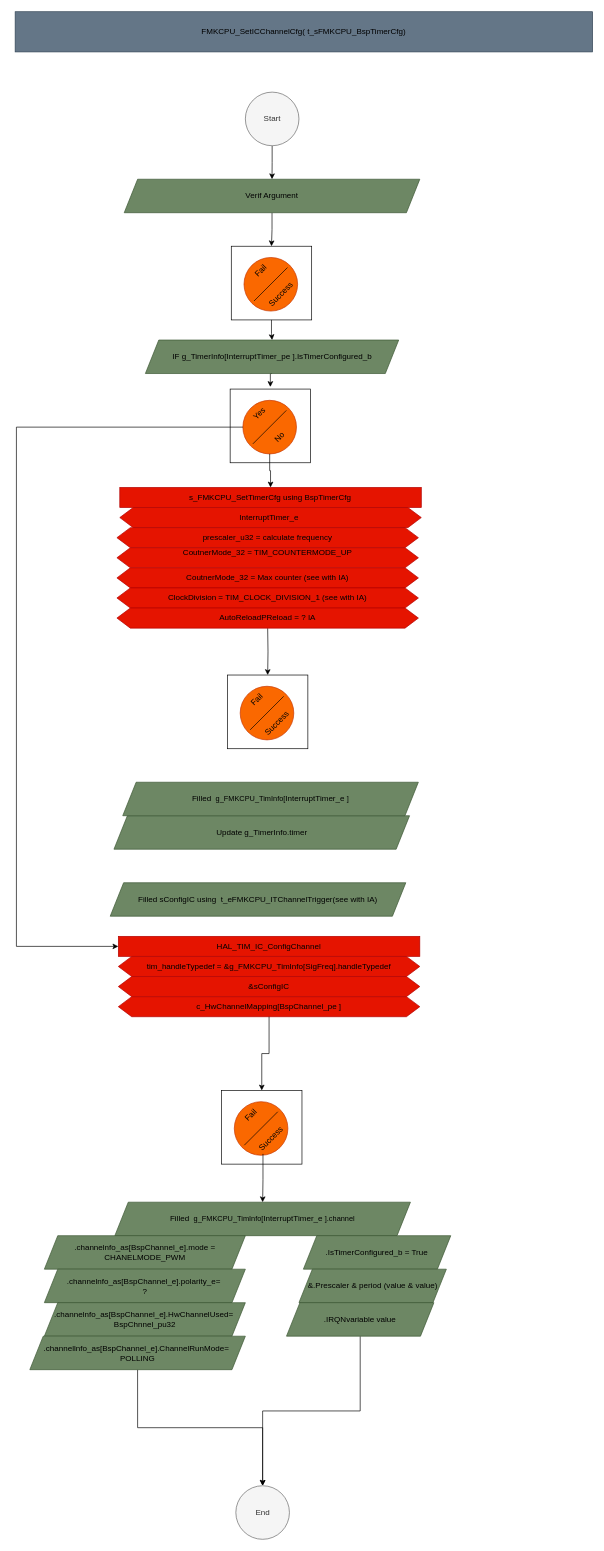
The draw.io diagram page "Func_SetICChannelCfg" (7 of 13) of src/1_FMK/FMK_HAL/FMK_CPU/Doc/FMK_CPU.drawio in mbarbeau0545/Stm32PrjTpl, before the edit. Source tidied: cells renumbered, new cells numbered last; positions are measured from the earlier drawing's top-left corner, leaving out a move shared by most shapes. Both pictures are drawn from the tidied source at 67%, with x=0, y=0 at pixel (15, 11).
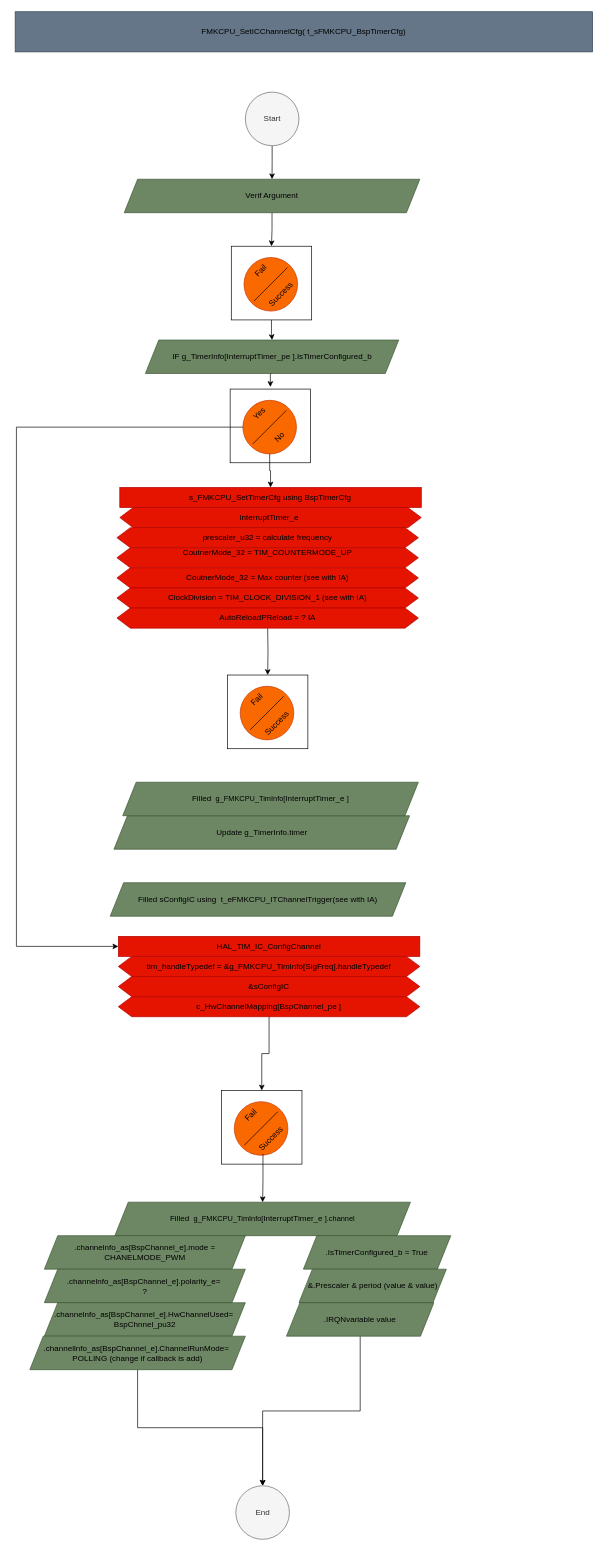
The same diagram, later.

Diff of the diagram source:
```diff
@@
-    <mxCell id="51" value=".channellnfo_as[&lt;span style=&quot;text-align: left; text-wrap: nowrap;&quot;&gt;BspChannel_e&lt;/span&gt;].ChannelRunMode=&amp;nbsp;&lt;div&gt;POLLING&lt;/div&gt;" style="shape=parallelogram;perimeter=parallelogramPerimeter;whiteSpace=wrap;html=1;fixedSize=1;fillColor=#6d8764;fontColor=#000000;strokeColor=#3A5431;" parent="1" vertex="1">
+    <mxCell id="51" value=".channellnfo_as[&lt;span style=&quot;text-align: left; text-wrap: nowrap;&quot;&gt;BspChannel_e&lt;/span&gt;].ChannelRunMode=&amp;nbsp;&lt;div&gt;POLLING (change if callback is add)&lt;/div&gt;" style="shape=parallelogram;perimeter=parallelogramPerimeter;whiteSpace=wrap;html=1;fixedSize=1;fillColor=#6d8764;fontColor=#000000;strokeColor=#3A5431;" parent="1" vertex="1">
       <mxGeometry x="22" y="1976.8" width="321.7" height="50" as="geometry" />
     </mxCell>
```
